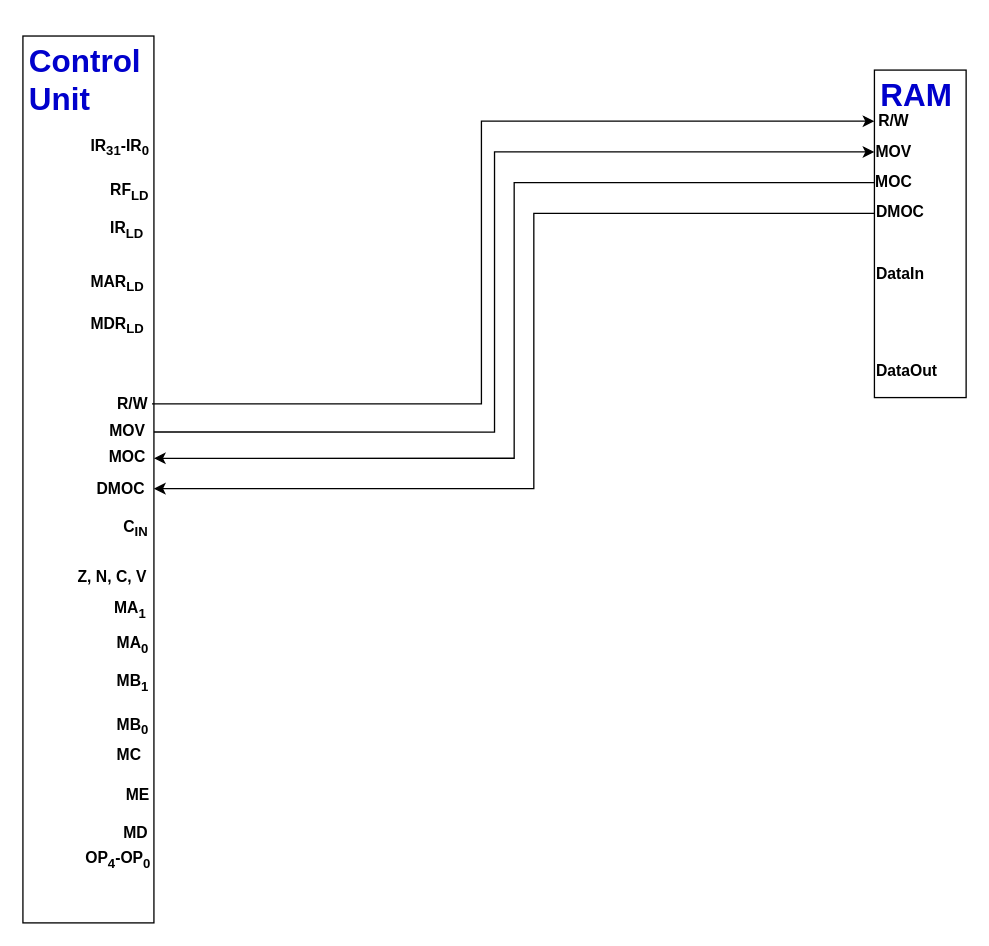
TheParodicts/MIPS_CPU_Diagram keeps this draw.io diagram as MIPS CPU Diagram.drawio. Above is the earlier version. Source tidied: cells renumbered, new cells numbered last; positions are measured from the earlier drawing's top-left corner, leaving out a move shared by most shapes. Both pictures are drawn from the tidied source at 131%, with x=0, y=0 at pixel (22, 35).
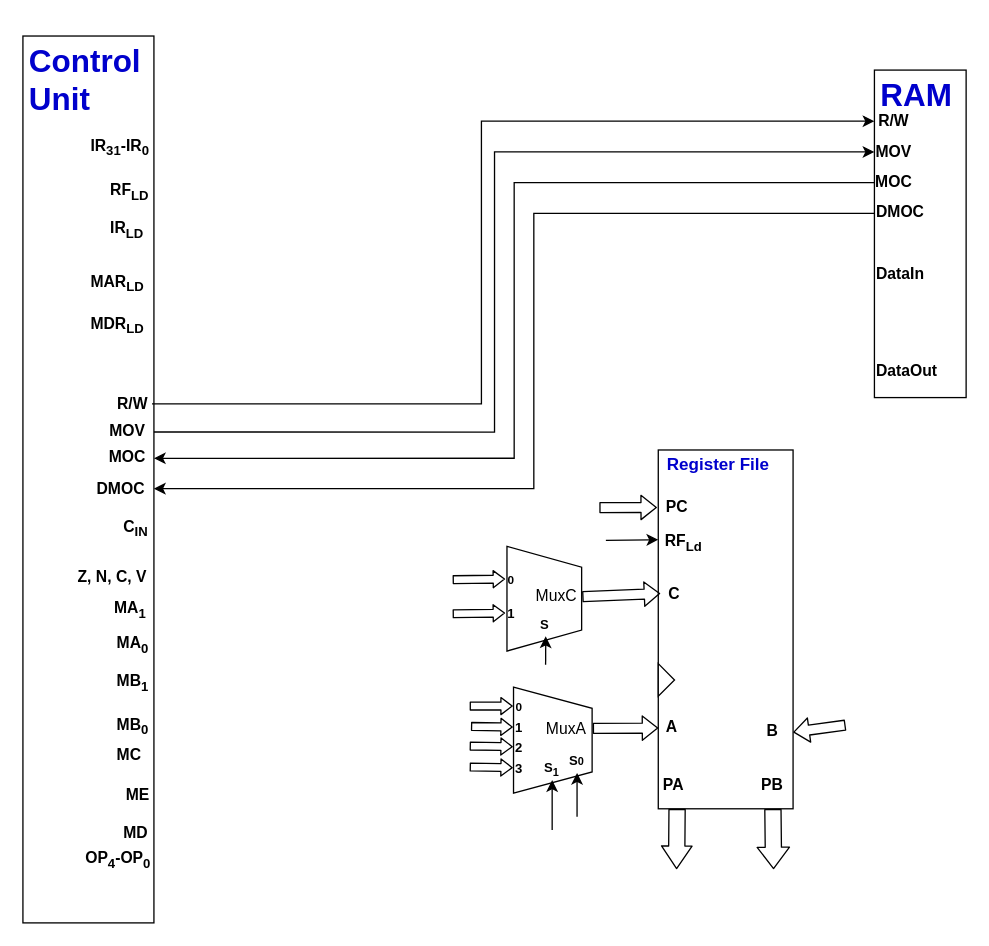
Above is the later version.

Commit message:
Added Register File and Muxes

The edit, as a diff of the source:
```diff
@@
+    <mxCell id="40" style="group;" parent="1" vertex="1">
+      <mxGeometry x="485" y="316" width="105" height="282" as="geometry" />
+    </mxCell>
+    <mxCell id="41" style="group;" parent="40" vertex="1">
+      <mxGeometry width="105" height="282" as="geometry" />
+    </mxCell>
+    <mxCell id="42" style="rounded=0;whiteSpace=wrap;html=1;" parent="41" vertex="1">
+      <mxGeometry width="102.9" height="273.9" as="geometry" />
+    </mxCell>
+    <mxCell id="43" value="&lt;h1&gt;&lt;font color=&quot;#0000cc&quot; style=&quot;font-size: 13px&quot;&gt;Register File&lt;/font&gt;&lt;/h1&gt;" style="text;html=1;strokeColor=none;fillColor=none;spacing=5;spacingTop=-20;whiteSpace=wrap;overflow=hidden;rounded=0;" parent="41" vertex="1">
+      <mxGeometry x="2.1" y="-12.5" width="102.9" height="49.8" as="geometry" />
+    </mxCell>
+    <mxCell id="44" value="&lt;b&gt;PC&lt;/b&gt;" style="text;html=1;strokeColor=none;fillColor=none;align=center;verticalAlign=middle;whiteSpace=wrap;rounded=0;" parent="41" vertex="1">
+      <mxGeometry x="-1" y="34.5" width="30.9" height="18.7" as="geometry" />
+    </mxCell>
+    <mxCell id="45" value="&lt;b&gt;RF&lt;sub&gt;Ld&lt;/sub&gt;&lt;/b&gt;" style="text;html=1;strokeColor=none;fillColor=none;align=center;verticalAlign=middle;whiteSpace=wrap;rounded=0;" parent="41" vertex="1">
+      <mxGeometry x="-1" y="62.1" width="41.2" height="18.7" as="geometry" />
+    </mxCell>
+    <mxCell id="46" value="&lt;b&gt;A&lt;/b&gt;" style="text;html=1;strokeColor=none;fillColor=none;align=center;verticalAlign=middle;whiteSpace=wrap;rounded=0;" parent="41" vertex="1">
+      <mxGeometry y="202.9" width="20.6" height="18.7" as="geometry" />
+    </mxCell>
+    <mxCell id="47" value="&lt;b&gt;PA&lt;/b&gt;&lt;br&gt;" style="text;html=1;" parent="41" vertex="1">
+      <mxGeometry x="1.5" y="241.5" width="25.7" height="32.4" as="geometry" />
+    </mxCell>
+    <mxCell id="48" value="&lt;b&gt;PB&lt;/b&gt;" style="text;html=1;" parent="41" vertex="1">
+      <mxGeometry x="77.2" y="241.5" width="20.6" height="32.4" as="geometry" />
+    </mxCell>
+    <mxCell id="49" value="&lt;b&gt;B&lt;/b&gt;" style="text;html=1;strokeColor=none;fillColor=none;align=center;verticalAlign=middle;whiteSpace=wrap;rounded=0;" parent="41" vertex="1">
+      <mxGeometry x="72.1" y="206.1" width="30.9" height="18.7" as="geometry" />
+    </mxCell>
+    <mxCell id="50" style="triangle;whiteSpace=wrap;html=1;" parent="41" vertex="1">
+      <mxGeometry y="163.1" width="12.4" height="24.9" as="geometry" />
+    </mxCell>
+    <mxCell id="51" value="&lt;b&gt;C&lt;/b&gt;" style="text;html=1;strokeColor=none;fillColor=none;align=center;verticalAlign=middle;whiteSpace=wrap;rounded=0;" parent="40" vertex="1">
+      <mxGeometry x="1.5" y="97.1" width="20.6" height="24.9" as="geometry" />
+    </mxCell>
+    <mxCell id="52" style="shape=flexArrow;endArrow=classic;html=1;entryX=0;entryY=0.5;entryDx=0;entryDy=0;width=7.6;endSize=3.5655172413793106;endWidth=9.931034482758621;exitX=1;exitY=0.5;exitDx=0;exitDy=0;" parent="1" edge="1" source="73" target="46">
+      <mxGeometry relative="1" as="geometry" />
+    </mxCell>
+    <mxCell id="53" style="shape=flexArrow;endArrow=classic;html=1;width=7.6;endSize=3.5655172413793106;endWidth=9.931034482758621;entryX=0;entryY=0.5;entryDx=0;entryDy=0;exitX=1;exitY=0.5;exitDx=0;exitDy=0;" parent="1" edge="1" source="65" target="51">
+      <mxGeometry relative="1" as="geometry" />
+    </mxCell>
+    <mxCell id="54" style="shape=flexArrow;endArrow=classic;html=1;width=7.6;endSize=3.5655172413793106;endWidth=9.931034482758621;entryX=0;entryY=0.5;entryDx=0;entryDy=0;" parent="1" edge="1" target="44">
+      <mxGeometry relative="1" as="geometry">
+        <mxPoint x="440" y="360" as="sourcePoint" />
+      </mxGeometry>
+    </mxCell>
+    <mxCell id="55" style="shape=flexArrow;endArrow=classic;html=1;width=12.38095238095238;endSize=5.39047619047619;endWidth=9.931034482758621;exitX=0.5;exitY=1;exitDx=0;exitDy=0;" parent="1" edge="1" source="47">
+      <mxGeometry relative="1" as="geometry">
+        <mxPoint x="499" y="636" as="targetPoint" />
+      </mxGeometry>
+    </mxCell>
+    <mxCell id="56" style="shape=flexArrow;endArrow=classic;html=1;width=12.38095238095238;endSize=5.085714285714285;endWidth=11.310344827586206;exitX=0.5;exitY=1;exitDx=0;exitDy=0;" parent="1" edge="1" source="48">
+      <mxGeometry relative="1" as="geometry">
+        <mxPoint x="573" y="636" as="targetPoint" />
+      </mxGeometry>
+    </mxCell>
+    <mxCell id="57" style="shape=flexArrow;endArrow=classic;html=1;entryX=1;entryY=0.5;entryDx=0;entryDy=0;width=7.6;endSize=3.5655172413793106;endWidth=9.931034482758621;" parent="1" edge="1" target="49">
+      <mxGeometry relative="1" as="geometry">
+        <mxPoint x="628" y="526" as="sourcePoint" />
+      </mxGeometry>
+    </mxCell>
+    <mxCell id="58" style="group;" parent="1" vertex="1">
+      <mxGeometry x="328" y="401" width="110" height="57.2" as="geometry" />
+    </mxCell>
+    <mxCell id="59" style="group;" parent="58" vertex="1">
+      <mxGeometry x="30" width="80" height="57.2" as="geometry" />
+    </mxCell>
+    <mxCell id="60" style="group;" parent="59" vertex="1">
+      <mxGeometry width="80" height="57.2" as="geometry" />
+    </mxCell>
+    <mxCell id="61" style="shape=trapezoid;perimeter=trapezoidPerimeter;whiteSpace=wrap;html=1;rotation=90;" parent="60" vertex="1">
+      <mxGeometry width="80" height="57" as="geometry" />
+    </mxCell>
+    <mxCell id="62" value="&lt;font style=&quot;font-size: 9px&quot;&gt;&lt;b&gt;0&lt;/b&gt;&lt;/font&gt;" style="text;html=1;strokeColor=none;fillColor=none;align=center;verticalAlign=middle;whiteSpace=wrap;rounded=0;" parent="60" vertex="1">
+      <mxGeometry x="10.1" y="4" width="10.1" height="19" as="geometry" />
+    </mxCell>
+    <mxCell id="63" value="&lt;font size=&quot;1&quot;&gt;&lt;b&gt;1&lt;/b&gt;&lt;/font&gt;" style="text;html=1;strokeColor=none;fillColor=none;align=center;verticalAlign=middle;whiteSpace=wrap;rounded=0;" parent="60" vertex="1">
+      <mxGeometry x="10.1" y="30" width="10.1" height="19" as="geometry" />
+    </mxCell>
+    <mxCell id="64" value="&lt;font size=&quot;1&quot;&gt;&lt;b&gt;S&lt;/b&gt;&lt;/font&gt;" style="text;html=1;strokeColor=none;fillColor=none;align=center;verticalAlign=middle;whiteSpace=wrap;rounded=0;" parent="60" vertex="1">
+      <mxGeometry x="27.4" y="38.2" width="27.4" height="19" as="geometry" />
+    </mxCell>
+    <mxCell id="65" value="MuxC" style="text;html=1;strokeColor=none;fillColor=none;align=center;verticalAlign=middle;whiteSpace=wrap;rounded=0;" parent="60" vertex="1">
+      <mxGeometry x="30" y="17" width="39" height="20" as="geometry" />
+    </mxCell>
+    <mxCell id="66" style="shape=flexArrow;endArrow=classic;html=1;width=6;endSize=2.5395348837209304;endWidth=6.046511627906977;entryX=0;entryY=0.5;entryDx=0;entryDy=0;" parent="58" edge="1" target="62">
+      <mxGeometry relative="1" as="geometry">
+        <mxPoint y="14" as="sourcePoint" />
+      </mxGeometry>
+    </mxCell>
+    <mxCell id="67" style="shape=flexArrow;endArrow=classic;html=1;width=6;endSize=2.5395348837209304;endWidth=6.046511627906977;entryX=0;entryY=0.5;entryDx=0;entryDy=0;" parent="58" edge="1" target="63">
+      <mxGeometry relative="1" as="geometry">
+        <mxPoint y="40" as="sourcePoint" />
+      </mxGeometry>
+    </mxCell>
+    <mxCell id="68" style="group;" parent="1" vertex="1">
+      <mxGeometry x="341" y="501.5" width="104" height="67" as="geometry" />
+    </mxCell>
+    <mxCell id="69" style="group;" parent="68" vertex="1">
+      <mxGeometry x="23" width="81" height="67" as="geometry" />
+    </mxCell>
+    <mxCell id="70" style="shape=trapezoid;perimeter=trapezoidPerimeter;whiteSpace=wrap;html=1;rotation=90;" parent="69" vertex="1">
+      <mxGeometry y="6" width="81" height="60" as="geometry" />
+    </mxCell>
+    <mxCell id="71" value="&lt;font style=&quot;font-size: 9px&quot;&gt;&lt;b&gt;0&lt;/b&gt;&lt;/font&gt;" style="text;html=1;strokeColor=none;fillColor=none;align=center;verticalAlign=middle;whiteSpace=wrap;rounded=0;" parent="69" vertex="1">
+      <mxGeometry x="10" width="10" height="20" as="geometry" />
+    </mxCell>
+    <mxCell id="72" value="&lt;font size=&quot;1&quot;&gt;&lt;b&gt;1&lt;/b&gt;&lt;/font&gt;" style="text;html=1;strokeColor=none;fillColor=none;align=center;verticalAlign=middle;whiteSpace=wrap;rounded=0;" parent="69" vertex="1">
+      <mxGeometry x="10" y="16" width="10" height="20" as="geometry" />
+    </mxCell>
+    <mxCell id="73" value="MuxA" style="text;html=1;strokeColor=none;fillColor=none;align=center;verticalAlign=middle;whiteSpace=wrap;rounded=0;" parent="69" vertex="1">
+      <mxGeometry x="31" y="17" width="40" height="20" as="geometry" />
+    </mxCell>
+    <mxCell id="74" value="&lt;font size=&quot;1&quot;&gt;&lt;b&gt;S&lt;sub&gt;1&lt;/sub&gt;&lt;/b&gt;&lt;/font&gt;" style="text;html=1;strokeColor=none;fillColor=none;align=center;verticalAlign=middle;whiteSpace=wrap;rounded=0;" parent="69" vertex="1">
+      <mxGeometry x="28" y="46.5" width="24" height="20" as="geometry" />
+    </mxCell>
+    <mxCell id="75" value="&lt;font size=&quot;1&quot;&gt;&lt;b&gt;2&lt;/b&gt;&lt;/font&gt;" style="text;html=1;strokeColor=none;fillColor=none;align=center;verticalAlign=middle;whiteSpace=wrap;rounded=0;" parent="69" vertex="1">
+      <mxGeometry x="10" y="31" width="10" height="20" as="geometry" />
+    </mxCell>
+    <mxCell id="76" value="&lt;font size=&quot;1&quot;&gt;&lt;b&gt;3&lt;/b&gt;&lt;/font&gt;" style="text;html=1;strokeColor=none;fillColor=none;align=center;verticalAlign=middle;whiteSpace=wrap;rounded=0;" parent="69" vertex="1">
+      <mxGeometry x="10" y="47" width="10" height="20" as="geometry" />
+    </mxCell>
+    <mxCell id="77" value="&lt;b&gt;&lt;font size=&quot;1&quot;&gt;S&lt;/font&gt;&lt;span style=&quot;font-size: 8.33333px&quot;&gt;0&lt;/span&gt;&lt;/b&gt;" style="text;html=1;strokeColor=none;fillColor=none;align=center;verticalAlign=middle;whiteSpace=wrap;rounded=0;" parent="69" vertex="1">
+      <mxGeometry x="47" y="41" width="24" height="20" as="geometry" />
+    </mxCell>
+    <mxCell id="78" style="shape=flexArrow;endArrow=classic;html=1;width=6;endSize=2.5395348837209304;endWidth=6.046511627906977;entryX=0;entryY=0.5;entryDx=0;entryDy=0;" parent="68" edge="1" target="71">
+      <mxGeometry relative="1" as="geometry">
+        <mxPoint y="10" as="sourcePoint" />
+      </mxGeometry>
+    </mxCell>
+    <mxCell id="79" style="shape=flexArrow;endArrow=classic;html=1;width=6;endSize=2.5395348837209304;endWidth=6.046511627906977;entryX=0;entryY=0.5;entryDx=0;entryDy=0;" parent="68" edge="1" target="72">
+      <mxGeometry relative="1" as="geometry">
+        <mxPoint x="1" y="25.5" as="sourcePoint" />
+      </mxGeometry>
+    </mxCell>
+    <mxCell id="80" style="shape=flexArrow;endArrow=classic;html=1;entryX=0;entryY=0.5;entryDx=0;entryDy=0;width=6;endSize=2.5395348837209304;endWidth=6.046511627906977;" parent="68" edge="1" target="75">
+      <mxGeometry relative="1" as="geometry">
+        <mxPoint y="40.5" as="sourcePoint" />
+      </mxGeometry>
+    </mxCell>
+    <mxCell id="81" style="shape=flexArrow;endArrow=classic;html=1;entryX=0;entryY=0.5;entryDx=0;entryDy=0;width=6;endSize=2.5395348837209304;endWidth=6.046511627906977;" parent="68" edge="1" target="76">
+      <mxGeometry relative="1" as="geometry">
+        <mxPoint y="56.5" as="sourcePoint" />
+      </mxGeometry>
+    </mxCell>
+    <mxCell id="82" style="endArrow=classic;html=1;" parent="1" edge="1">
+      <mxGeometry relative="1" as="geometry">
+        <mxPoint x="445" y="385" as="sourcePoint" />
+        <mxPoint x="485" y="384.5" as="targetPoint" />
+      </mxGeometry>
+    </mxCell>
+    <mxCell id="83" style="endArrow=classic;html=1;entryX=0.5;entryY=1;entryDx=0;entryDy=0;" parent="1" edge="1" target="64">
+      <mxGeometry relative="1" as="geometry">
+        <mxPoint x="399" y="480" as="sourcePoint" />
+      </mxGeometry>
+    </mxCell>
+    <mxCell id="84" style="endArrow=classic;html=1;entryX=0.5;entryY=1;entryDx=0;entryDy=0;" parent="1" edge="1" target="74">
+      <mxGeometry relative="1" as="geometry">
+        <mxPoint x="404" y="606" as="sourcePoint" />
+      </mxGeometry>
+    </mxCell>
+    <mxCell id="85" style="endArrow=classic;html=1;entryX=0.5;entryY=1;entryDx=0;entryDy=0;" parent="1" edge="1" target="77">
+      <mxGeometry relative="1" as="geometry">
+        <mxPoint x="423" y="596" as="sourcePoint" />
+      </mxGeometry>
+    </mxCell>
```
